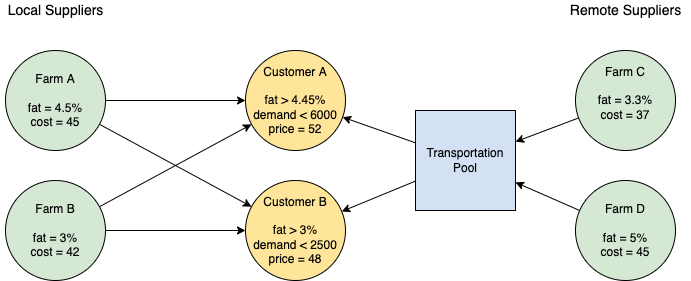
Earlier version of the draw.io export notebooks/05/milk-pooling.dio.png (mobook/MO-book). Source tidied: cells renumbered, new cells last; positions are measured from the earlier drawing's top-left corner, leaving out a move shared by most shapes. Source of this version:
```xml
<mxGraphModel background="#ffffff">
  <root>
    <mxCell id="0" />
    <mxCell id="1" parent="0" />
    <mxCell id="2" value="Farm A&lt;div&gt;&lt;span style=&quot;letter-spacing: 0px&quot;&gt;&lt;br&gt;&lt;/span&gt;&lt;/div&gt;&lt;div&gt;&lt;span style=&quot;letter-spacing: 0px&quot;&gt;fat = 4.5%&lt;/span&gt;&lt;div&gt;cost = 45&lt;/div&gt;&lt;/div&gt;" style="ellipse;whiteSpace=wrap;html=1;fillColor=#D5E8D4;" parent="1" vertex="1">
      <mxGeometry x="5" y="50" width="100" height="100" as="geometry" />
    </mxCell>
    <mxCell id="3" value="Farm B&lt;div&gt;&lt;br&gt;&lt;/div&gt;&lt;div&gt;fat = 3%&lt;/div&gt;&lt;div&gt;cost = 42&lt;/div&gt;" style="ellipse;whiteSpace=wrap;html=1;fillColor=#D5E8D4;" parent="1" vertex="1">
      <mxGeometry x="5" y="180" width="100" height="100" as="geometry" />
    </mxCell>
    <mxCell id="4" value="Farm C&lt;div&gt;&lt;span style=&quot;letter-spacing: 0px&quot;&gt;&lt;br&gt;&lt;/span&gt;&lt;/div&gt;&lt;div&gt;&lt;span style=&quot;letter-spacing: 0px&quot;&gt;fat = 3.3%&lt;/span&gt;&lt;div&gt;cost = 37&lt;/div&gt;&lt;div&gt;&lt;br&gt;&lt;/div&gt;&lt;/div&gt;" style="ellipse;whiteSpace=wrap;html=1;fillColor=#D5E8D4;" parent="1" vertex="1">
      <mxGeometry x="575" y="50" width="100" height="100" as="geometry" />
    </mxCell>
    <mxCell id="5" value="Farm D&lt;div&gt;&lt;br&gt;&lt;/div&gt;&lt;div&gt;fat = 5%&lt;/div&gt;&lt;div&gt;cost = 45&lt;/div&gt;" style="ellipse;whiteSpace=wrap;html=1;fillColor=#D5E8D4;" parent="1" vertex="1">
      <mxGeometry x="575" y="180" width="100" height="100" as="geometry" />
    </mxCell>
    <mxCell id="6" value="Customer A&lt;div&gt;&lt;br&gt;&lt;div&gt;fat &amp;gt; 4.45%&lt;/div&gt;&lt;div&gt;demand &amp;lt; 6000&lt;/div&gt;&lt;/div&gt;&lt;div&gt;price = 52&lt;/div&gt;" style="ellipse;whiteSpace=wrap;html=1;fillColor=#FFE599;" parent="1" vertex="1">
      <mxGeometry x="245" y="50" width="100" height="100" as="geometry" />
    </mxCell>
    <mxCell id="7" value="Customer B&lt;div&gt;&lt;br&gt;&lt;/div&gt;&lt;div&gt;fat &amp;gt; 3%&lt;/div&gt;&lt;div&gt;demand &amp;lt; 2500&lt;/div&gt;&lt;div&gt;price = 48&lt;/div&gt;" style="ellipse;whiteSpace=wrap;html=1;fillColor=#FFE599;" parent="1" vertex="1">
      <mxGeometry x="245" y="180" width="100" height="100" as="geometry" />
    </mxCell>
    <mxCell id="8" value="Transportation&lt;div&gt;Pool&lt;/div&gt;" style="whiteSpace=wrap;html=1;fillColor=#D4E1F5;" parent="1" vertex="1">
      <mxGeometry x="415" y="110" width="100" height="100" as="geometry" />
    </mxCell>
    <mxCell id="9" style="endArrow=classic;html=1;" parent="1" edge="1" source="5" target="8">
      <mxGeometry relative="1" as="geometry" />
    </mxCell>
    <mxCell id="10" style="endArrow=classic;html=1;" parent="1" edge="1" source="4" target="8">
      <mxGeometry relative="1" as="geometry" />
    </mxCell>
    <mxCell id="11" style="endArrow=classic;html=1;exitX=1;exitY=0.5;" parent="1" edge="1" source="2" target="6">
      <mxGeometry relative="1" as="geometry" />
    </mxCell>
    <mxCell id="12" style="endArrow=classic;html=1;entryX=0;entryY=0.5;" parent="1" edge="1" source="3" target="7">
      <mxGeometry relative="1" as="geometry" />
    </mxCell>
    <mxCell id="13" style="endArrow=classic;html=1;" parent="1" edge="1" source="2" target="7">
      <mxGeometry relative="1" as="geometry" />
    </mxCell>
    <mxCell id="14" style="endArrow=classic;html=1;" parent="1" edge="1" source="3" target="6">
      <mxGeometry relative="1" as="geometry" />
    </mxCell>
    <mxCell id="15" style="endArrow=classic;html=1;" parent="1" edge="1" source="8" target="6">
      <mxGeometry relative="1" as="geometry" />
    </mxCell>
    <mxCell id="16" style="endArrow=classic;html=1;" parent="1" edge="1" source="8" target="7">
      <mxGeometry relative="1" as="geometry" />
    </mxCell>
    <mxCell id="17" value="&lt;font style=&quot;font-size: 14px&quot;&gt;Local Suppliers&lt;/font&gt;" style="text;html=1;align=center;verticalAlign=middle;strokeColor=none;fillColor=none;" parent="1" vertex="1">
      <mxGeometry width="110" height="20" as="geometry" />
    </mxCell>
    <mxCell id="18" value="&lt;font style=&quot;font-size: 14px&quot;&gt;Remote Suppliers&lt;/font&gt;" style="text;html=1;align=center;verticalAlign=middle;strokeColor=none;fillColor=none;" parent="1" vertex="1">
      <mxGeometry x="560" width="130" height="20" as="geometry" />
    </mxCell>
  </root>
</mxGraphModel>
```
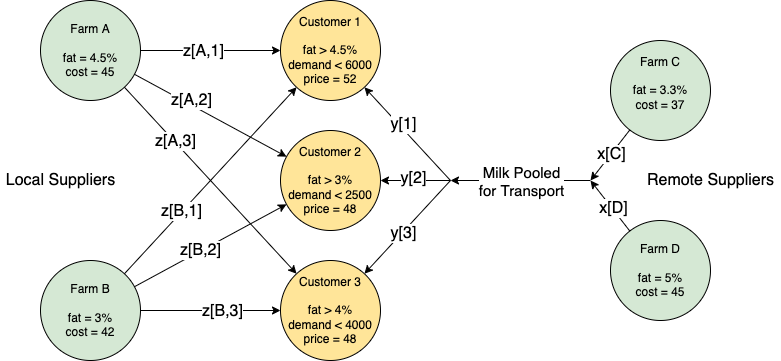
Above is the later version.

Commit message:
finalize milk pooling notebook

What changed in the source:
```diff
@@ -3,55 +3,127 @@
     <mxCell id="0" />
     <mxCell id="1" parent="0" />
     <mxCell id="2" value="Farm A&lt;div&gt;&lt;span style=&quot;letter-spacing: 0px&quot;&gt;&lt;br&gt;&lt;/span&gt;&lt;/div&gt;&lt;div&gt;&lt;span style=&quot;letter-spacing: 0px&quot;&gt;fat = 4.5%&lt;/span&gt;&lt;div&gt;cost = 45&lt;/div&gt;&lt;/div&gt;" style="ellipse;whiteSpace=wrap;html=1;fillColor=#D5E8D4;" parent="1" vertex="1">
-      <mxGeometry x="5" y="50" width="100" height="100" as="geometry" />
+      <mxGeometry x="5" y="-20" width="100" height="100" as="geometry" />
     </mxCell>
     <mxCell id="3" value="Farm B&lt;div&gt;&lt;br&gt;&lt;/div&gt;&lt;div&gt;fat = 3%&lt;/div&gt;&lt;div&gt;cost = 42&lt;/div&gt;" style="ellipse;whiteSpace=wrap;html=1;fillColor=#D5E8D4;" parent="1" vertex="1">
-      <mxGeometry x="5" y="180" width="100" height="100" as="geometry" />
+      <mxGeometry x="5" y="240" width="100" height="100" as="geometry" />
     </mxCell>
     <mxCell id="4" value="Farm C&lt;div&gt;&lt;span style=&quot;letter-spacing: 0px&quot;&gt;&lt;br&gt;&lt;/span&gt;&lt;/div&gt;&lt;div&gt;&lt;span style=&quot;letter-spacing: 0px&quot;&gt;fat = 3.3%&lt;/span&gt;&lt;div&gt;cost = 37&lt;/div&gt;&lt;div&gt;&lt;br&gt;&lt;/div&gt;&lt;/div&gt;" style="ellipse;whiteSpace=wrap;html=1;fillColor=#D5E8D4;" parent="1" vertex="1">
-      <mxGeometry x="575" y="50" width="100" height="100" as="geometry" />
+      <mxGeometry x="575" y="20" width="100" height="100" as="geometry" />
     </mxCell>
     <mxCell id="5" value="Farm D&lt;div&gt;&lt;br&gt;&lt;/div&gt;&lt;div&gt;fat = 5%&lt;/div&gt;&lt;div&gt;cost = 45&lt;/div&gt;" style="ellipse;whiteSpace=wrap;html=1;fillColor=#D5E8D4;" parent="1" vertex="1">
-      <mxGeometry x="575" y="180" width="100" height="100" as="geometry" />
+      <mxGeometry x="575" y="200" width="100" height="100" as="geometry" />
     </mxCell>
-    <mxCell id="6" value="Customer A&lt;div&gt;&lt;br&gt;&lt;div&gt;fat &amp;gt; 4.45%&lt;/div&gt;&lt;div&gt;demand &amp;lt; 6000&lt;/div&gt;&lt;/div&gt;&lt;div&gt;price = 52&lt;/div&gt;" style="ellipse;whiteSpace=wrap;html=1;fillColor=#FFE599;" parent="1" vertex="1">
-      <mxGeometry x="245" y="50" width="100" height="100" as="geometry" />
+    <mxCell id="6" value="Customer 1&lt;div&gt;&lt;br&gt;&lt;div&gt;fat &amp;gt; 4.5%&lt;/div&gt;&lt;div&gt;demand &amp;lt; 6000&lt;/div&gt;&lt;/div&gt;&lt;div&gt;price = 52&lt;/div&gt;" style="ellipse;whiteSpace=wrap;html=1;fillColor=#FFE599;" parent="1" vertex="1">
+      <mxGeometry x="245" y="-20" width="100" height="100" as="geometry" />
     </mxCell>
-    <mxCell id="7" value="Customer B&lt;div&gt;&lt;br&gt;&lt;/div&gt;&lt;div&gt;fat &amp;gt; 3%&lt;/div&gt;&lt;div&gt;demand &amp;lt; 2500&lt;/div&gt;&lt;div&gt;price = 48&lt;/div&gt;" style="ellipse;whiteSpace=wrap;html=1;fillColor=#FFE599;" parent="1" vertex="1">
-      <mxGeometry x="245" y="180" width="100" height="100" as="geometry" />
+    <mxCell id="7" value="Customer 2&lt;div&gt;&lt;br&gt;&lt;/div&gt;&lt;div&gt;fat &amp;gt; 3%&lt;/div&gt;&lt;div&gt;demand &amp;lt; 2500&lt;/div&gt;&lt;div&gt;price = 48&lt;/div&gt;" style="ellipse;whiteSpace=wrap;html=1;fillColor=#FFE599;" parent="1" vertex="1">
+      <mxGeometry x="245" y="110" width="100" height="100" as="geometry" />
     </mxCell>
-    <mxCell id="8" value="Transportation&lt;div&gt;Pool&lt;/div&gt;" style="whiteSpace=wrap;html=1;fillColor=#D4E1F5;" parent="1" vertex="1">
-      <mxGeometry x="415" y="110" width="100" height="100" as="geometry" />
-    </mxCell>
-    <mxCell id="9" style="endArrow=classic;html=1;" parent="1" edge="1" source="5" target="8">
-      <mxGeometry relative="1" as="geometry" />
+    <mxCell id="9" style="endArrow=classic;html=1;" parent="1" edge="1" source="5">
+      <mxGeometry relative="1" as="geometry">
+        <mxPoint x="555" y="160" as="targetPoint" />
+      </mxGeometry>
     </mxCell>
+    <mxCell id="19" value="x[D]" style="edgeLabel;html=1;align=center;verticalAlign=middle;fontSize=16;" parent="9" vertex="1">
+      <mxGeometry x="-0.13" y="-1" relative="1" as="geometry" />
+    </mxCell>
-    <mxCell id="10" style="endArrow=classic;html=1;" parent="1" edge="1" source="4" target="8">
-      <mxGeometry relative="1" as="geometry" />
+    <mxCell id="10" style="endArrow=classic;html=1;" parent="1" edge="1" source="4">
+      <mxGeometry relative="1" as="geometry">
+        <mxPoint x="555" y="160" as="targetPoint" />
+      </mxGeometry>
     </mxCell>
+    <mxCell id="20" value="x[C]" style="edgeLabel;html=1;align=center;verticalAlign=middle;fontSize=16;" parent="10" vertex="1">
+      <mxGeometry x="-0.02" relative="1" as="geometry" />
+    </mxCell>
-    <mxCell id="11" style="endArrow=classic;html=1;exitX=1;exitY=0.5;" parent="1" edge="1" source="2" target="6">
+    <mxCell id="11" style="endArrow=classic;html=1;" parent="1" edge="1" source="2" target="6">
       <mxGeometry relative="1" as="geometry" />
     </mxCell>
+    <mxCell id="21" value="z[A,1]" style="edgeLabel;html=1;align=center;verticalAlign=middle;fontSize=16;" parent="11" vertex="1">
+      <mxGeometry x="-0.11" y="-3" relative="1" as="geometry">
+        <mxPoint y="-3" as="offset" />
+      </mxGeometry>
+    </mxCell>
-    <mxCell id="12" style="endArrow=classic;html=1;entryX=0;entryY=0.5;" parent="1" edge="1" source="3" target="7">
+    <mxCell id="12" style="endArrow=classic;html=1;" parent="1" edge="1" source="3" target="7">
       <mxGeometry relative="1" as="geometry" />
     </mxCell>
+    <mxCell id="22" value="z[B,2]" style="edgeLabel;html=1;align=center;verticalAlign=middle;fontSize=16;" parent="12" vertex="1">
+      <mxGeometry x="0.06" y="1" relative="1" as="geometry">
+        <mxPoint x="-14" y="8" as="offset" />
+      </mxGeometry>
+    </mxCell>
     <mxCell id="13" style="endArrow=classic;html=1;" parent="1" edge="1" source="2" target="7">
       <mxGeometry relative="1" as="geometry" />
     </mxCell>
+    <mxCell id="23" value="z[A,2]" style="edgeLabel;html=1;align=center;verticalAlign=middle;fontSize=16;" parent="13" vertex="1">
+      <mxGeometry x="0.12" y="-2" relative="1" as="geometry">
+        <mxPoint x="-28" y="-22" as="offset" />
+      </mxGeometry>
+    </mxCell>
-    <mxCell id="14" style="endArrow=classic;html=1;" parent="1" edge="1" source="3" target="6">
-      <mxGeometry relative="1" as="geometry" />
+    <mxCell id="14" style="endArrow=classic;html=1;" parent="1" edge="1">
+      <mxGeometry relative="1" as="geometry">
+        <mxPoint x="88.9" y="253.3" as="sourcePoint" />
+        <mxPoint x="261.1" y="66.7" as="targetPoint" />
+      </mxGeometry>
     </mxCell>
+    <mxCell id="24" value="z[B,1]" style="edgeLabel;html=1;align=center;verticalAlign=middle;fontSize=16;" parent="14" vertex="1">
+      <mxGeometry x="-0.17" relative="1" as="geometry">
+        <mxPoint x="-15" y="14" as="offset" />
+      </mxGeometry>
+    </mxCell>
-    <mxCell id="15" style="endArrow=classic;html=1;" parent="1" edge="1" source="8" target="6">
-      <mxGeometry relative="1" as="geometry" />
+    <mxCell id="15" style="endArrow=classic;html=1;" parent="1" edge="1" target="6">
+      <mxGeometry relative="1" as="geometry">
+        <mxPoint x="415" y="160" as="sourcePoint" />
+      </mxGeometry>
     </mxCell>
+    <mxCell id="25" value="y[1]" style="edgeLabel;html=1;align=center;verticalAlign=middle;fontSize=16;" parent="15" vertex="1">
+      <mxGeometry x="0.16" y="-3" relative="1" as="geometry" />
+    </mxCell>
-    <mxCell id="16" style="endArrow=classic;html=1;" parent="1" edge="1" source="8" target="7">
-      <mxGeometry relative="1" as="geometry" />
+    <mxCell id="16" style="endArrow=classic;html=1;" parent="1" edge="1" target="7">
+      <mxGeometry relative="1" as="geometry">
+        <mxPoint x="415" y="160" as="sourcePoint" />
+      </mxGeometry>
     </mxCell>
+    <mxCell id="26" value="y[2]" style="edgeLabel;html=1;align=center;verticalAlign=middle;fontSize=16;" parent="16" vertex="1">
+      <mxGeometry x="0.09" y="-3" relative="1" as="geometry" />
+    </mxCell>
-    <mxCell id="17" value="&lt;font style=&quot;font-size: 14px&quot;&gt;Local Suppliers&lt;/font&gt;" style="text;html=1;align=center;verticalAlign=middle;strokeColor=none;fillColor=none;" parent="1" vertex="1">
-      <mxGeometry width="110" height="20" as="geometry" />
+    <mxCell id="17" value="&lt;font style=&quot;font-size: 16px&quot;&gt;Local Suppliers&lt;/font&gt;" style="text;html=1;align=center;verticalAlign=middle;strokeColor=none;fillColor=none;" parent="1" vertex="1">
+      <mxGeometry x="-35" y="150" width="120" height="20" as="geometry" />
     </mxCell>
-    <mxCell id="18" value="&lt;font style=&quot;font-size: 14px&quot;&gt;Remote Suppliers&lt;/font&gt;" style="text;html=1;align=center;verticalAlign=middle;strokeColor=none;fillColor=none;" parent="1" vertex="1">
-      <mxGeometry x="560" width="130" height="20" as="geometry" />
+    <mxCell id="18" value="&lt;font style=&quot;font-size: 16px&quot;&gt;Remote Suppliers&lt;/font&gt;" style="text;html=1;align=center;verticalAlign=middle;strokeColor=none;fillColor=none;" parent="1" vertex="1">
+      <mxGeometry x="605" y="150" width="140" height="20" as="geometry" />
     </mxCell>
+    <mxCell id="27" value="Customer 3&lt;div&gt;&lt;br&gt;&lt;/div&gt;&lt;div&gt;fat &amp;gt; 4%&lt;/div&gt;&lt;div&gt;demand &amp;lt; 4000&lt;/div&gt;&lt;div&gt;price = 48&lt;/div&gt;" style="ellipse;whiteSpace=wrap;html=1;fillColor=#FFE599;" parent="1" vertex="1">
+      <mxGeometry x="245" y="240" width="100" height="100" as="geometry" />
+    </mxCell>
+    <mxCell id="28" style="endArrow=classic;html=1;" parent="1" edge="1" target="27">
+      <mxGeometry relative="1" as="geometry">
+        <mxPoint x="415" y="160" as="sourcePoint" />
+      </mxGeometry>
+    </mxCell>
+    <mxCell id="29" value="y[3]" style="edgeLabel;html=1;align=center;verticalAlign=middle;fontSize=16;" parent="28" vertex="1">
+      <mxGeometry x="0.12" y="1" relative="1" as="geometry" />
+    </mxCell>
+    <mxCell id="30" style="endArrow=classic;html=1;" parent="1" edge="1" source="3" target="27">
+      <mxGeometry relative="1" as="geometry" />
+    </mxCell>
+    <mxCell id="31" value="z[B,3]" style="edgeLabel;html=1;align=center;verticalAlign=middle;fontSize=16;" parent="30" vertex="1">
+      <mxGeometry x="0.16" relative="1" as="geometry" />
+    </mxCell>
+    <mxCell id="32" style="endArrow=classic;html=1;" parent="1" edge="1" source="2" target="27">
+      <mxGeometry relative="1" as="geometry" />
+    </mxCell>
+    <mxCell id="33" value="z[A,3]" style="edgeLabel;html=1;align=center;verticalAlign=middle;fontSize=16;" parent="32" vertex="1">
+      <mxGeometry x="-0.42" y="1" relative="1" as="geometry" />
+    </mxCell>
+    <mxCell id="34" style="endArrow=classic;html=1;rounded=0;" parent="1" edge="1">
+      <mxGeometry relative="1" as="geometry">
+        <mxPoint x="555" y="160" as="sourcePoint" />
+        <mxPoint x="415" y="160" as="targetPoint" />
+      </mxGeometry>
+    </mxCell>
+    <mxCell id="35" value="&lt;font style=&quot;font-size: 15px&quot;&gt;Milk Pooled&lt;br&gt;for Transport&lt;br&gt;&lt;/font&gt;" style="edgeLabel;html=1;align=center;verticalAlign=middle;" parent="34" vertex="1">
+      <mxGeometry relative="1" as="geometry" />
+    </mxCell>
   </root>
 </mxGraphModel>
```
